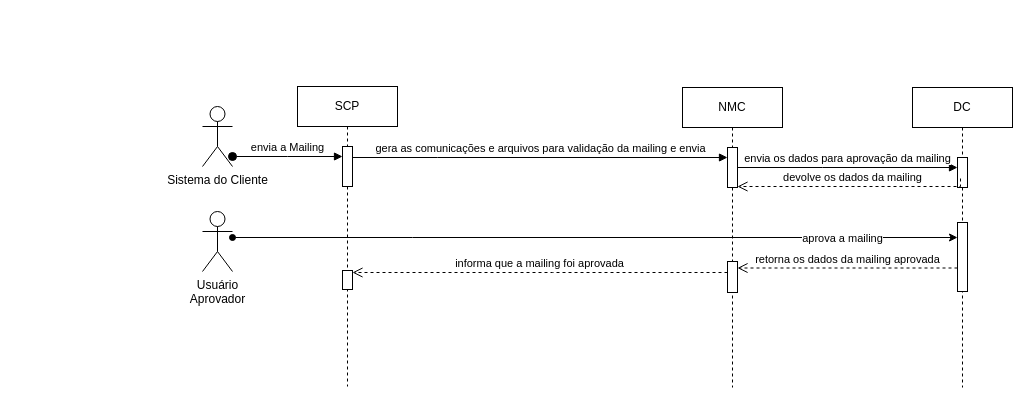
The draw.io diagram Visualizacao de Amostras.drawio in caio-bueno/draws-valid, before the edit. Source tidied: cells renumbered, new cells numbered last; positions are measured from the earlier drawing's top-left corner, leaving out a move shared by most shapes. Both pictures are drawn from the tidied source at 100%, with x=0, y=0 at pixel (202, 86).
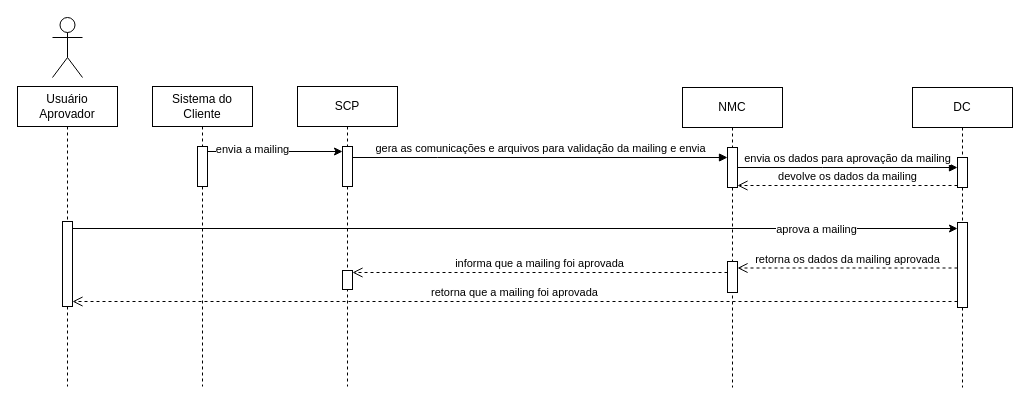
The same page after the edit.

The change refers to these unchanged cells:
```xml
<mxCell id="4" style="html=1;points=[];perimeter=orthogonalPerimeter;outlineConnect=0;targetShapes=umlLifeline;portConstraint=eastwest;newEdgeStyle={&quot;edgeStyle&quot;:&quot;elbowEdgeStyle&quot;,&quot;elbow&quot;:&quot;vertical&quot;,&quot;curved&quot;:0,&quot;rounded&quot;:0};" parent="3" vertex="1">
  <mxGeometry x="45" y="60" width="10" height="40" as="geometry" />
</mxCell>
<mxCell id="10" value="DC" style="shape=umlLifeline;perimeter=lifelinePerimeter;whiteSpace=wrap;html=1;newEdgeStyle={&quot;edgeStyle&quot;:&quot;elbowEdgeStyle&quot;,&quot;elbow&quot;:&quot;vertical&quot;,&quot;curved&quot;:0,&quot;rounded&quot;:0};" parent="1" vertex="1">
  <mxGeometry x="710" y="1" width="100" height="300" as="geometry" />
</mxCell>
<mxCell id="11" style="html=1;points=[];perimeter=orthogonalPerimeter;outlineConnect=0;targetShapes=umlLifeline;portConstraint=eastwest;newEdgeStyle={&quot;edgeStyle&quot;:&quot;elbowEdgeStyle&quot;,&quot;elbow&quot;:&quot;vertical&quot;,&quot;curved&quot;:0,&quot;rounded&quot;:0};" parent="10" vertex="1">
  <mxGeometry x="45" y="70" width="10" height="30" as="geometry" />
</mxCell>
```

Diff of the diagram source:
```diff
@@
     <mxCell id="12" style="html=1;points=[];perimeter=orthogonalPerimeter;outlineConnect=0;targetShapes=umlLifeline;portConstraint=eastwest;newEdgeStyle={&quot;edgeStyle&quot;:&quot;elbowEdgeStyle&quot;,&quot;elbow&quot;:&quot;vertical&quot;,&quot;curved&quot;:0,&quot;rounded&quot;:0};" parent="10" vertex="1">
-      <mxGeometry x="45" y="135" width="10" height="69" as="geometry" />
+      <mxGeometry x="45" y="135" width="10" height="85" as="geometry" />
     </mxCell>
-    <mxCell id="13" style="edgeStyle=orthogonalEdgeStyle;rounded=0;jettySize=auto;html=1;startArrow=oval;startFill=1;" parent="1" edge="1" source="15" target="12">
+    <mxCell id="13" style="edgeStyle=orthogonalEdgeStyle;rounded=0;jettySize=auto;html=1;startArrow=none;startFill=0;" parent="1" edge="1" target="12">
       <mxGeometry relative="1" as="geometry">
+        <mxPoint x="-130" y="141" as="sourcePoint" />
         <Array as="points">
-          <mxPoint x="210" y="151" />
-          <mxPoint x="210" y="151" />
+          <mxPoint x="-130" y="142" />
         </Array>
       </mxGeometry>
     </mxCell>
@@
-    <mxCell id="15" value="Usuário &lt;br&gt;Aprovador" style="shape=umlActor;verticalLabelPosition=bottom;verticalAlign=top;html=1;outlineConnect=0;" parent="1" vertex="1">
-      <mxGeometry y="125" width="30" height="60" as="geometry" />
+    <mxCell id="15" style="shape=umlActor;verticalLabelPosition=bottom;verticalAlign=top;html=1;outlineConnect=0;" parent="1" vertex="1">
+      <mxGeometry x="-150" y="-69" width="30" height="60" as="geometry" />
     </mxCell>
@@
+    <mxCell id="20" value="devolve os dados da mailing" style="html=1;verticalAlign=bottom;endArrow=open;dashed=1;endSize=8;edgeStyle=elbowEdgeStyle;elbow=vertical;curved=0;rounded=0;" parent="1" edge="1">
+      <mxGeometry relative="1" as="geometry">
+        <mxPoint x="755" y="99" as="sourcePoint" />
+        <mxPoint x="535" y="99" as="targetPoint" />
+      </mxGeometry>
+    </mxCell>
-    <mxCell id="18" value="Sistema do Cliente" style="shape=umlActor;verticalLabelPosition=bottom;verticalAlign=top;html=1;outlineConnect=0;" parent="1" vertex="1">
-      <mxGeometry y="20" width="30" height="60" as="geometry" />
+    <mxCell id="18" value="Sistema do Cliente" style="shape=umlLifeline;perimeter=lifelinePerimeter;whiteSpace=wrap;html=1;outlineConnect=0;portConstraint=eastwest;newEdgeStyle={&quot;edgeStyle&quot;:&quot;elbowEdgeStyle&quot;,&quot;elbow&quot;:&quot;vertical&quot;,&quot;curved&quot;:0,&quot;rounded&quot;:0};" parent="1" vertex="1">
+      <mxGeometry x="-50" width="100" height="300" as="geometry" />
     </mxCell>
-    <mxCell id="19" value="envia a Mailing" style="html=1;verticalAlign=bottom;startArrow=oval;endArrow=block;startSize=8;edgeStyle=elbowEdgeStyle;elbow=vertical;curved=0;rounded=0;" parent="1" edge="1" source="18" target="4">
-      <mxGeometry relative="1" as="geometry" />
-    </mxCell>
-    <mxCell id="20" value="devolve os dados da mailing" style="html=1;verticalAlign=bottom;endArrow=open;dashed=1;endSize=8;edgeStyle=elbowEdgeStyle;elbow=vertical;curved=0;rounded=0;exitX=0.3;exitY=0.7;exitDx=0;exitDy=0;exitPerimeter=0;" parent="1" edge="1" source="11">
-      <mxGeometry relative="1" as="geometry">
-        <mxPoint x="535" y="100" as="targetPoint" />
-        <Array as="points">
-          <mxPoint x="640" y="100" />
-        </Array>
-      </mxGeometry>
-    </mxCell>
+    <mxCell id="21" style="html=1;perimeter=orthogonalPerimeter;targetShapes=umlLifeline;newEdgeStyle={&quot;edgeStyle&quot;:&quot;elbowEdgeStyle&quot;,&quot;elbow&quot;:&quot;vertical&quot;,&quot;curved&quot;:0,&quot;rounded&quot;:0};" parent="18" vertex="1">
+      <mxGeometry x="45" y="60" width="10" height="40" as="geometry" />
+    </mxCell>
+    <mxCell id="22" style="edgeStyle=elbowEdgeStyle;rounded=0;orthogonalLoop=1;jettySize=auto;html=1;elbow=horizontal;curved=0;" parent="1" edge="1">
+      <mxGeometry relative="1" as="geometry">
+        <mxPoint x="5" y="65" as="sourcePoint" />
+        <mxPoint x="140" y="65" as="targetPoint" />
+      </mxGeometry>
+    </mxCell>
+    <mxCell id="23" value="envia a mailing" style="edgeLabel;html=1;align=center;verticalAlign=middle;" parent="22" vertex="1">
+      <mxGeometry x="-0.35" y="3" relative="1" as="geometry" />
+    </mxCell>
+    <mxCell id="24" value="Usuário&lt;br&gt;Aprovador" style="shape=umlLifeline;perimeter=lifelinePerimeter;whiteSpace=wrap;html=1;newEdgeStyle={&quot;edgeStyle&quot;:&quot;elbowEdgeStyle&quot;,&quot;elbow&quot;:&quot;vertical&quot;,&quot;curved&quot;:0,&quot;rounded&quot;:0};" parent="1" vertex="1">
+      <mxGeometry x="-185" width="100" height="300" as="geometry" />
+    </mxCell>
+    <mxCell id="25" style="html=1;points=[];perimeter=orthogonalPerimeter;outlineConnect=0;targetShapes=umlLifeline;portConstraint=eastwest;newEdgeStyle={&quot;edgeStyle&quot;:&quot;elbowEdgeStyle&quot;,&quot;elbow&quot;:&quot;vertical&quot;,&quot;curved&quot;:0,&quot;rounded&quot;:0};" parent="24" vertex="1">
+      <mxGeometry x="45" y="135" width="10" height="85" as="geometry" />
+    </mxCell>
+    <mxCell id="26" value="retorna que a mailing foi aprovada" style="html=1;verticalAlign=bottom;endArrow=open;dashed=1;endSize=8;edgeStyle=elbowEdgeStyle;elbow=vertical;curved=0;rounded=0;" parent="1" edge="1" source="12" target="25">
+      <mxGeometry relative="1" as="geometry">
+        <Array as="points">
+          <mxPoint x="645" y="215" />
+        </Array>
+      </mxGeometry>
+    </mxCell>
```
